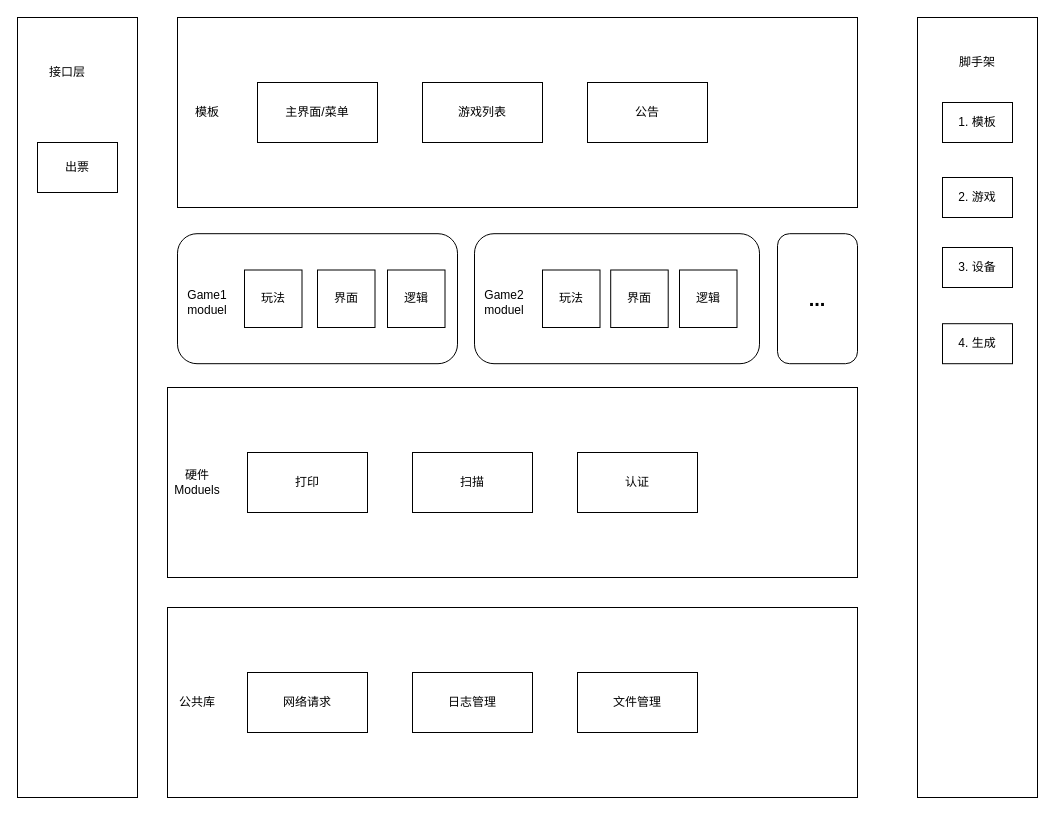
The draw.io diagram 未命名绘图.drawio in metre/images, before the edit. Source tidied: cells renumbered, new cells numbered last; positions are measured from the earlier drawing's top-left corner, leaving out a move shared by most shapes. Both pictures are drawn from the tidied source at 100%, with x=0, y=0 at pixel (17, 17).
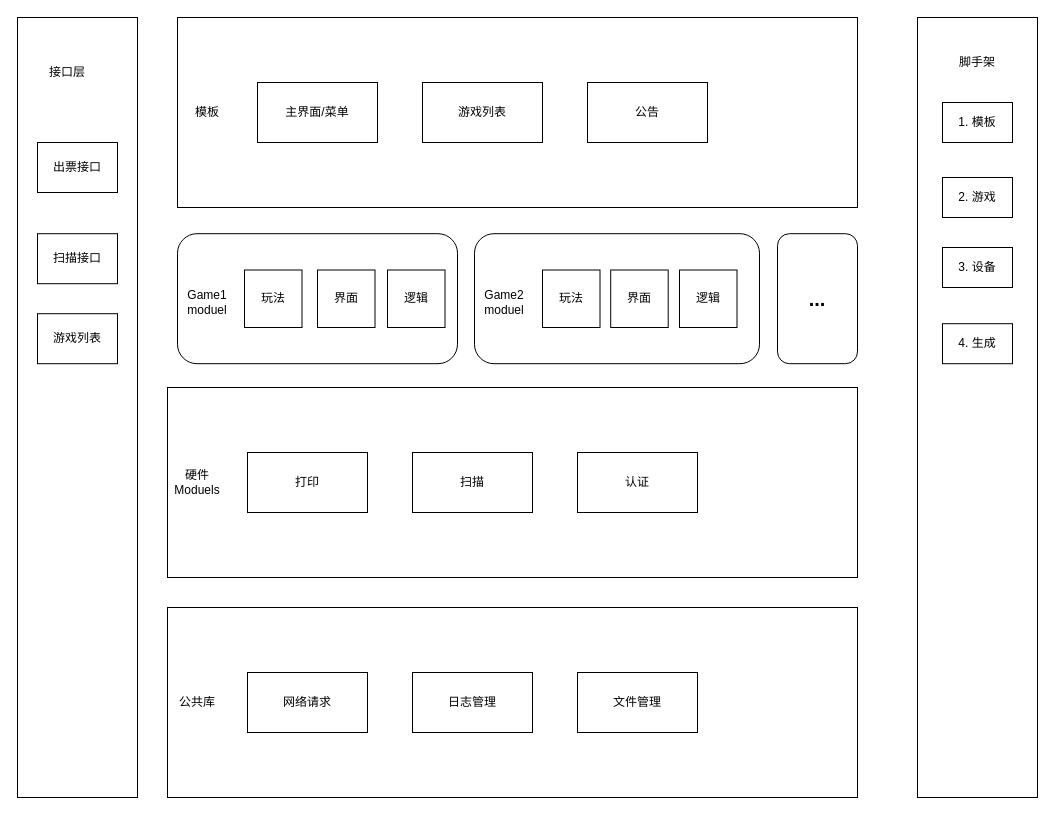
The same page after the edit.

Commit message:
更新未命名绘图.drawio

The edit, as a diff of the source:
```diff
@@
-    <mxCell id="31" value="出票" style="rounded=0;whiteSpace=wrap;html=1;" parent="1" vertex="1">
+    <mxCell id="31" value="出票接口" style="rounded=0;whiteSpace=wrap;html=1;" parent="1" vertex="1">
       <mxGeometry x="20" y="125" width="80" height="50" as="geometry" />
     </mxCell>
@@
+    <mxCell id="37" value="扫描接口" style="rounded=0;whiteSpace=wrap;html=1;" parent="1" vertex="1">
+      <mxGeometry x="20" y="216.2" width="80" height="50" as="geometry" />
+    </mxCell>
+    <mxCell id="38" value="游戏列表" style="rounded=0;whiteSpace=wrap;html=1;" parent="1" vertex="1">
+      <mxGeometry x="20" y="296.2" width="80" height="50" as="geometry" />
+    </mxCell>
```
